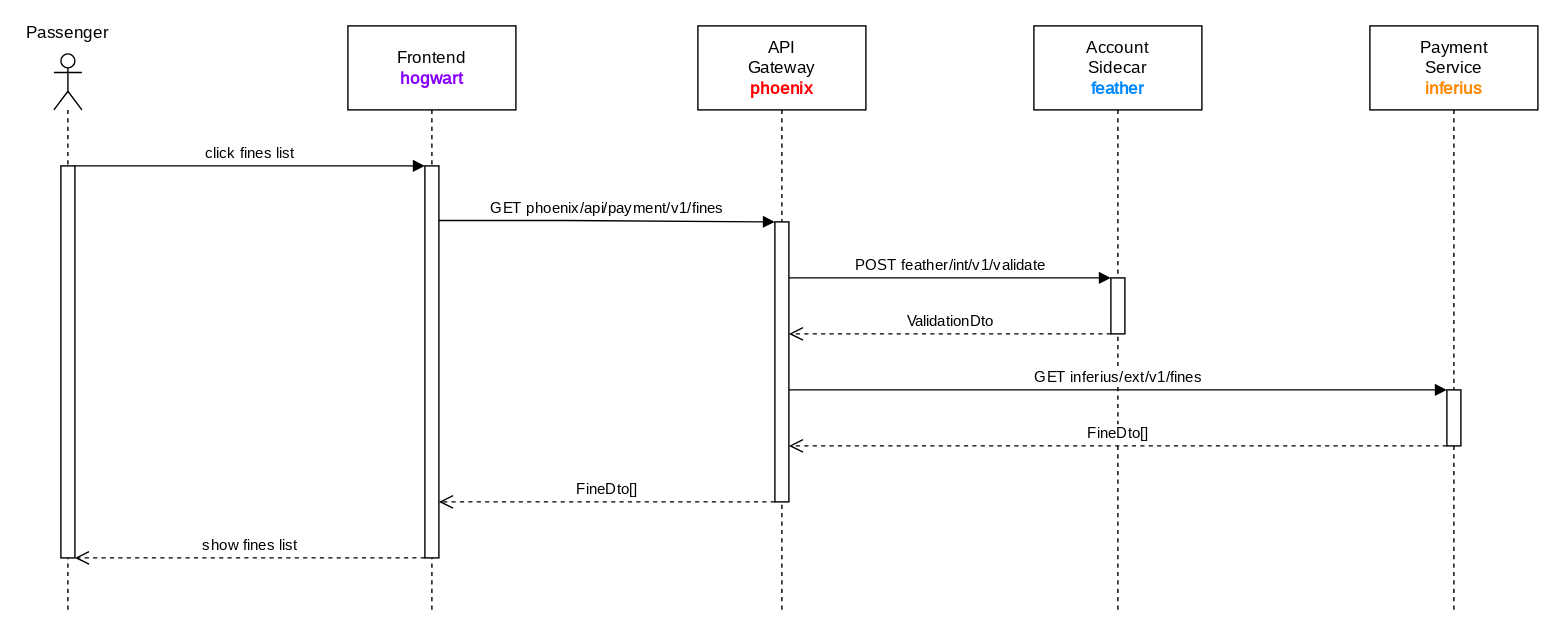
Before: documentation/course/e2/images/sequence-diagram-inferius-get-fines.drawio.svg, a diagram exported from draw.io (PWR-ACS-SE-24/SoftwareSystemDesign). Source tidied: cells renumbered, new cells last; positions are measured from the earlier drawing's top-left corner, leaving out a move shared by most shapes. The source it was exported from:
```xml
<mxGraphModel>
  <root>
    <mxCell id="0" />
    <mxCell id="1" parent="0" />
    <mxCell id="2" value="&lt;div&gt;API&lt;/div&gt;&lt;div&gt;Gateway&lt;/div&gt;&lt;div&gt;&lt;b&gt;&lt;font color=&quot;#ff0000&quot;&gt;phoenix&lt;/font&gt;&lt;/b&gt;&lt;br&gt;&lt;/div&gt;" style="shape=umlLifeline;perimeter=lifelinePerimeter;whiteSpace=wrap;html=1;newEdgeStyle={&quot;curved&quot;:0,&quot;rounded&quot;:0};size=60;fontFamily=JetBrains Mono;fontSource=https%3A%2F%2Ffonts.googleapis.com%2Fcss%3Ffamily%3DJetBrains%2BMono;" parent="1" vertex="1">
      <mxGeometry x="460" width="120" height="420" as="geometry" />
    </mxCell>
    <mxCell id="3" style="html=1;points=[[0,0,0,0,5],[0,1,0,0,-5],[1,0,0,0,5],[1,1,0,0,-5]];perimeter=orthogonalPerimeter;outlineConnect=0;targetShapes=umlLifeline;portConstraint=eastwest;newEdgeStyle={&quot;curved&quot;:0,&quot;rounded&quot;:0};fontFamily=JetBrains Mono;fontSource=https%3A%2F%2Ffonts.googleapis.com%2Fcss%3Ffamily%3DJetBrains%2BMono;" parent="2" vertex="1">
      <mxGeometry x="55" y="140" width="10" height="200" as="geometry" />
    </mxCell>
    <mxCell id="4" value="Account&lt;br&gt;Sidecar&lt;font color=&quot;#0088ff&quot;&gt;&lt;b&gt;&lt;br&gt;feather&lt;/b&gt;&lt;/font&gt;&lt;br&gt;&lt;font color=&quot;#0088ff&quot;&gt;&lt;b&gt;&lt;/b&gt;&lt;/font&gt;" style="shape=umlLifeline;perimeter=lifelinePerimeter;whiteSpace=wrap;html=1;newEdgeStyle={&quot;curved&quot;:0,&quot;rounded&quot;:0};size=60;fontFamily=JetBrains Mono;fontSource=https%3A%2F%2Ffonts.googleapis.com%2Fcss%3Ffamily%3DJetBrains%2BMono;" parent="1" vertex="1">
      <mxGeometry x="700" width="120" height="420" as="geometry" />
    </mxCell>
    <mxCell id="5" style="html=1;points=[[0,0,0,0,5],[0,1,0,0,-5],[1,0,0,0,5],[1,1,0,0,-5]];perimeter=orthogonalPerimeter;outlineConnect=0;targetShapes=umlLifeline;portConstraint=eastwest;newEdgeStyle={&quot;curved&quot;:0,&quot;rounded&quot;:0};fontFamily=JetBrains Mono;fontSource=https%3A%2F%2Ffonts.googleapis.com%2Fcss%3Ffamily%3DJetBrains%2BMono;" parent="4" vertex="1">
      <mxGeometry x="55" y="180" width="10" height="40" as="geometry" />
    </mxCell>
    <mxCell id="6" value="&lt;div&gt;Frontend&lt;/div&gt;&lt;div&gt;&lt;b&gt;&lt;font color=&quot;#8800ff&quot;&gt;hogwart&lt;/font&gt;&lt;/b&gt;&lt;br&gt;&lt;/div&gt;" style="shape=umlLifeline;perimeter=lifelinePerimeter;whiteSpace=wrap;html=1;newEdgeStyle={&quot;curved&quot;:0,&quot;rounded&quot;:0};size=60;fontFamily=JetBrains Mono;fontSource=https%3A%2F%2Ffonts.googleapis.com%2Fcss%3Ffamily%3DJetBrains%2BMono;" parent="1" vertex="1">
      <mxGeometry x="210" width="120" height="420" as="geometry" />
    </mxCell>
    <mxCell id="7" style="html=1;points=[[0,0,0,0,5],[0,1,0,0,-5],[1,0,0,0,5],[1,1,0,0,-5]];perimeter=orthogonalPerimeter;outlineConnect=0;targetShapes=umlLifeline;portConstraint=eastwest;newEdgeStyle={&quot;curved&quot;:0,&quot;rounded&quot;:0};fontFamily=JetBrains Mono;fontSource=https%3A%2F%2Ffonts.googleapis.com%2Fcss%3Ffamily%3DJetBrains%2BMono;" parent="6" vertex="1">
      <mxGeometry x="55" y="100" width="10" height="280" as="geometry" />
    </mxCell>
    <mxCell id="8" value="&lt;div&gt;Passenger&lt;/div&gt;" style="shape=umlLifeline;perimeter=lifelinePerimeter;whiteSpace=wrap;html=1;newEdgeStyle={&quot;curved&quot;:0,&quot;rounded&quot;:0};participant=umlActor;spacing=0;spacingBottom=70;fontFamily=JetBrains Mono;fontSource=https%3A%2F%2Ffonts.googleapis.com%2Fcss%3Ffamily%3DJetBrains%2BMono;" parent="1" vertex="1">
      <mxGeometry y="20" width="20" height="400" as="geometry" />
    </mxCell>
    <mxCell id="9" style="html=1;points=[[0,0,0,0,5],[0,1,0,0,-5],[1,0,0,0,5],[1,1,0,0,-5]];perimeter=orthogonalPerimeter;outlineConnect=0;targetShapes=umlLifeline;portConstraint=eastwest;newEdgeStyle={&quot;curved&quot;:0,&quot;rounded&quot;:0};fontFamily=JetBrains Mono;fontSource=https%3A%2F%2Ffonts.googleapis.com%2Fcss%3Ffamily%3DJetBrains%2BMono;" parent="8" vertex="1">
      <mxGeometry x="5" y="80" width="10" height="280" as="geometry" />
    </mxCell>
    <mxCell id="10" value="click fines list" style="html=1;verticalAlign=bottom;endArrow=block;curved=0;rounded=0;fontFamily=JetBrains Mono;fontSource=https%3A%2F%2Ffonts.googleapis.com%2Fcss%3Ffamily%3DJetBrains%2BMono;" parent="1" edge="1" target="7">
      <mxGeometry relative="1" as="geometry">
        <mxPoint x="15" y="100" as="sourcePoint" />
        <Array as="points">
          <mxPoint x="130" y="100" />
        </Array>
      </mxGeometry>
    </mxCell>
    <mxCell id="11" value="&lt;font style=&quot;font-size: 11px;&quot;&gt;GET phoenix/api/payment/v1/fines&lt;/font&gt;" style="html=1;verticalAlign=bottom;endArrow=block;curved=0;rounded=0;fontFamily=JetBrains Mono;fontSource=https%3A%2F%2Ffonts.googleapis.com%2Fcss%3Ffamily%3DJetBrains%2BMono;" parent="1" edge="1" source="7" target="3">
      <mxGeometry relative="1" as="geometry">
        <Array as="points">
          <mxPoint x="365" y="139" />
        </Array>
      </mxGeometry>
    </mxCell>
    <mxCell id="12" value="POST feather/int/v1/validate" style="html=1;verticalAlign=bottom;endArrow=block;curved=0;rounded=0;fontFamily=JetBrains Mono;fontSource=https%3A%2F%2Ffonts.googleapis.com%2Fcss%3Ffamily%3DJetBrains%2BMono;" parent="1" edge="1" source="3" target="5">
      <mxGeometry relative="1" as="geometry">
        <Array as="points">
          <mxPoint x="690" y="180" />
        </Array>
      </mxGeometry>
    </mxCell>
    <mxCell id="13" value="&lt;font face=&quot;JetBrains Mono&quot;&gt;ValidationDto&lt;/font&gt;" style="html=1;verticalAlign=bottom;endArrow=open;dashed=1;endSize=8;curved=0;rounded=0;" parent="1" edge="1" source="5" target="3">
      <mxGeometry relative="1" as="geometry">
        <Array as="points">
          <mxPoint x="690" y="220" />
        </Array>
      </mxGeometry>
    </mxCell>
    <mxCell id="14" value="&lt;font face=&quot;JetBrains Mono&quot;&gt;FineDto[]&lt;/font&gt;" style="html=1;verticalAlign=bottom;endArrow=open;dashed=1;endSize=8;curved=0;rounded=0;" parent="1" edge="1" source="17" target="3">
      <mxGeometry relative="1" as="geometry">
        <Array as="points">
          <mxPoint x="760" y="300" />
        </Array>
      </mxGeometry>
    </mxCell>
    <mxCell id="15" value="&lt;font face=&quot;JetBrains Mono&quot;&gt;show fines list&lt;br&gt;&lt;/font&gt;" style="html=1;verticalAlign=bottom;endArrow=open;dashed=1;endSize=8;curved=0;rounded=0;" parent="1" edge="1" source="7" target="9">
      <mxGeometry relative="1" as="geometry">
        <Array as="points">
          <mxPoint x="140" y="380" />
        </Array>
      </mxGeometry>
    </mxCell>
    <mxCell id="16" value="Payment&lt;br&gt;Service&lt;br&gt;&lt;b style=&quot;&quot;&gt;&lt;font color=&quot;#ff8800&quot;&gt;inferius&lt;/font&gt;&lt;/b&gt;" style="shape=umlLifeline;perimeter=lifelinePerimeter;whiteSpace=wrap;html=1;newEdgeStyle={&quot;curved&quot;:0,&quot;rounded&quot;:0};size=60;fontFamily=JetBrains Mono;fontSource=https%3A%2F%2Ffonts.googleapis.com%2Fcss%3Ffamily%3DJetBrains%2BMono;" parent="1" vertex="1">
      <mxGeometry x="940" width="120" height="420" as="geometry" />
    </mxCell>
    <mxCell id="17" style="html=1;points=[[0,0,0,0,5],[0,1,0,0,-5],[1,0,0,0,5],[1,1,0,0,-5]];perimeter=orthogonalPerimeter;outlineConnect=0;targetShapes=umlLifeline;portConstraint=eastwest;newEdgeStyle={&quot;curved&quot;:0,&quot;rounded&quot;:0};fontFamily=JetBrains Mono;fontSource=https%3A%2F%2Ffonts.googleapis.com%2Fcss%3Ffamily%3DJetBrains%2BMono;" parent="16" vertex="1">
      <mxGeometry x="55" y="260" width="10" height="40" as="geometry" />
    </mxCell>
    <mxCell id="18" value="GET inferius/ext/v1/fines" style="html=1;verticalAlign=bottom;endArrow=block;curved=0;rounded=0;fontFamily=JetBrains Mono;fontSource=https%3A%2F%2Ffonts.googleapis.com%2Fcss%3Ffamily%3DJetBrains%2BMono;" parent="1" edge="1" source="3" target="17">
      <mxGeometry relative="1" as="geometry" />
    </mxCell>
    <mxCell id="19" value="&lt;font face=&quot;JetBrains Mono&quot;&gt;FineDto[]&lt;/font&gt;" style="html=1;verticalAlign=bottom;endArrow=open;dashed=1;endSize=8;curved=0;rounded=0;" parent="1" edge="1" source="3" target="7">
      <mxGeometry relative="1" as="geometry">
        <Array as="points">
          <mxPoint x="390" y="340" />
        </Array>
      </mxGeometry>
    </mxCell>
  </root>
</mxGraphModel>
```
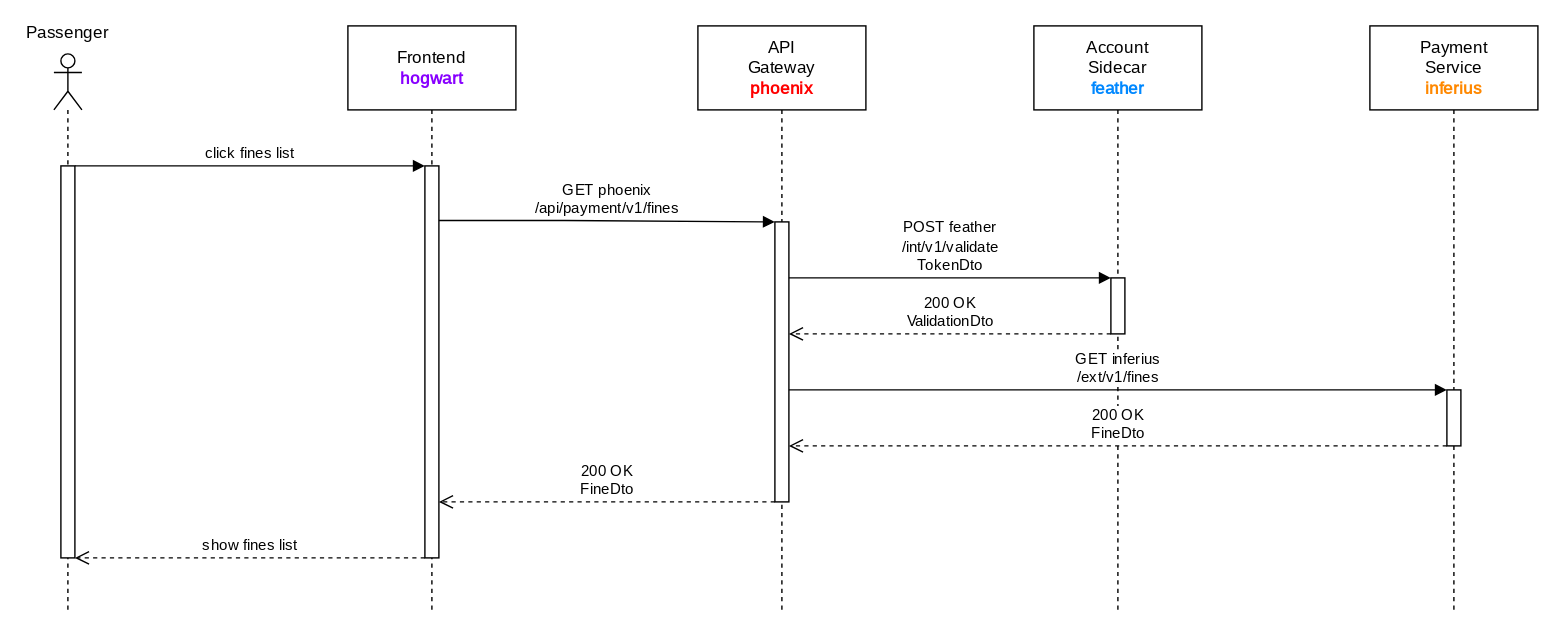
After the commit.

Diff of the diagram source:
```diff
@@ -34,28 +34,28 @@
         </Array>
       </mxGeometry>
     </mxCell>
-    <mxCell id="11" value="&lt;font style=&quot;font-size: 11px;&quot;&gt;GET phoenix/api/payment/v1/fines&lt;/font&gt;" style="html=1;verticalAlign=bottom;endArrow=block;curved=0;rounded=0;fontFamily=JetBrains Mono;fontSource=https%3A%2F%2Ffonts.googleapis.com%2Fcss%3Ffamily%3DJetBrains%2BMono;" parent="1" edge="1" source="7" target="3">
+    <mxCell id="11" value="&lt;font style=&quot;font-size: 11px;&quot;&gt;GET phoenix&lt;/font&gt;&lt;div&gt;&lt;font style=&quot;font-size: 11px;&quot;&gt;/api/payment/v1/fines&lt;/font&gt;&lt;/div&gt;" style="html=1;verticalAlign=bottom;endArrow=block;curved=0;rounded=0;fontFamily=JetBrains Mono;fontSource=https%3A%2F%2Ffonts.googleapis.com%2Fcss%3Ffamily%3DJetBrains%2BMono;labelBackgroundColor=none;" parent="1" edge="1" source="7" target="3">
       <mxGeometry relative="1" as="geometry">
         <Array as="points">
           <mxPoint x="365" y="139" />
         </Array>
       </mxGeometry>
     </mxCell>
-    <mxCell id="12" value="POST feather/int/v1/validate" style="html=1;verticalAlign=bottom;endArrow=block;curved=0;rounded=0;fontFamily=JetBrains Mono;fontSource=https%3A%2F%2Ffonts.googleapis.com%2Fcss%3Ffamily%3DJetBrains%2BMono;" parent="1" edge="1" source="3" target="5">
+    <mxCell id="12" value="POST feather&lt;div&gt;/int/v1/validate&lt;/div&gt;&lt;div&gt;TokenDto&lt;/div&gt;" style="html=1;verticalAlign=bottom;endArrow=block;curved=0;rounded=0;fontFamily=JetBrains Mono;fontSource=https%3A%2F%2Ffonts.googleapis.com%2Fcss%3Ffamily%3DJetBrains%2BMono;" parent="1" edge="1" source="3" target="5">
       <mxGeometry relative="1" as="geometry">
         <Array as="points">
           <mxPoint x="690" y="180" />
         </Array>
       </mxGeometry>
     </mxCell>
-    <mxCell id="13" value="&lt;font face=&quot;JetBrains Mono&quot;&gt;ValidationDto&lt;/font&gt;" style="html=1;verticalAlign=bottom;endArrow=open;dashed=1;endSize=8;curved=0;rounded=0;" parent="1" edge="1" source="5" target="3">
+    <mxCell id="13" value="&lt;font face=&quot;JetBrains Mono&quot;&gt;200 OK&lt;/font&gt;&lt;div&gt;&lt;font face=&quot;JetBrains Mono&quot;&gt;ValidationDto&lt;/font&gt;&lt;/div&gt;" style="html=1;verticalAlign=bottom;endArrow=open;dashed=1;endSize=8;curved=0;rounded=0;" parent="1" edge="1" source="5" target="3">
       <mxGeometry relative="1" as="geometry">
         <Array as="points">
           <mxPoint x="690" y="220" />
         </Array>
       </mxGeometry>
     </mxCell>
-    <mxCell id="14" value="&lt;font face=&quot;JetBrains Mono&quot;&gt;FineDto[]&lt;/font&gt;" style="html=1;verticalAlign=bottom;endArrow=open;dashed=1;endSize=8;curved=0;rounded=0;" parent="1" edge="1" source="17" target="3">
+    <mxCell id="14" value="&lt;font face=&quot;JetBrains Mono&quot;&gt;200 OK&lt;/font&gt;&lt;div&gt;&lt;font face=&quot;JetBrains Mono&quot;&gt;FineDto&lt;/font&gt;&lt;/div&gt;" style="html=1;verticalAlign=bottom;endArrow=open;dashed=1;endSize=8;curved=0;rounded=0;" parent="1" edge="1" source="17" target="3">
       <mxGeometry relative="1" as="geometry">
         <Array as="points">
           <mxPoint x="760" y="300" />
@@ -75,10 +75,10 @@
     <mxCell id="17" style="html=1;points=[[0,0,0,0,5],[0,1,0,0,-5],[1,0,0,0,5],[1,1,0,0,-5]];perimeter=orthogonalPerimeter;outlineConnect=0;targetShapes=umlLifeline;portConstraint=eastwest;newEdgeStyle={&quot;curved&quot;:0,&quot;rounded&quot;:0};fontFamily=JetBrains Mono;fontSource=https%3A%2F%2Ffonts.googleapis.com%2Fcss%3Ffamily%3DJetBrains%2BMono;" parent="16" vertex="1">
       <mxGeometry x="55" y="260" width="10" height="40" as="geometry" />
     </mxCell>
-    <mxCell id="18" value="GET inferius/ext/v1/fines" style="html=1;verticalAlign=bottom;endArrow=block;curved=0;rounded=0;fontFamily=JetBrains Mono;fontSource=https%3A%2F%2Ffonts.googleapis.com%2Fcss%3Ffamily%3DJetBrains%2BMono;" parent="1" edge="1" source="3" target="17">
+    <mxCell id="18" value="GET inferius&lt;div&gt;/ext/v1/fines&lt;/div&gt;" style="html=1;verticalAlign=bottom;endArrow=block;curved=0;rounded=0;fontFamily=JetBrains Mono;fontSource=https%3A%2F%2Ffonts.googleapis.com%2Fcss%3Ffamily%3DJetBrains%2BMono;" parent="1" edge="1" source="3" target="17">
       <mxGeometry relative="1" as="geometry" />
     </mxCell>
-    <mxCell id="19" value="&lt;font face=&quot;JetBrains Mono&quot;&gt;FineDto[]&lt;/font&gt;" style="html=1;verticalAlign=bottom;endArrow=open;dashed=1;endSize=8;curved=0;rounded=0;" parent="1" edge="1" source="3" target="7">
+    <mxCell id="19" value="&lt;font face=&quot;JetBrains Mono&quot;&gt;200 OK&lt;/font&gt;&lt;div&gt;&lt;font face=&quot;JetBrains Mono&quot;&gt;FineDto&lt;/font&gt;&lt;/div&gt;" style="html=1;verticalAlign=bottom;endArrow=open;dashed=1;endSize=8;curved=0;rounded=0;" parent="1" edge="1" source="3" target="7">
       <mxGeometry relative="1" as="geometry">
         <Array as="points">
           <mxPoint x="390" y="340" />
```
